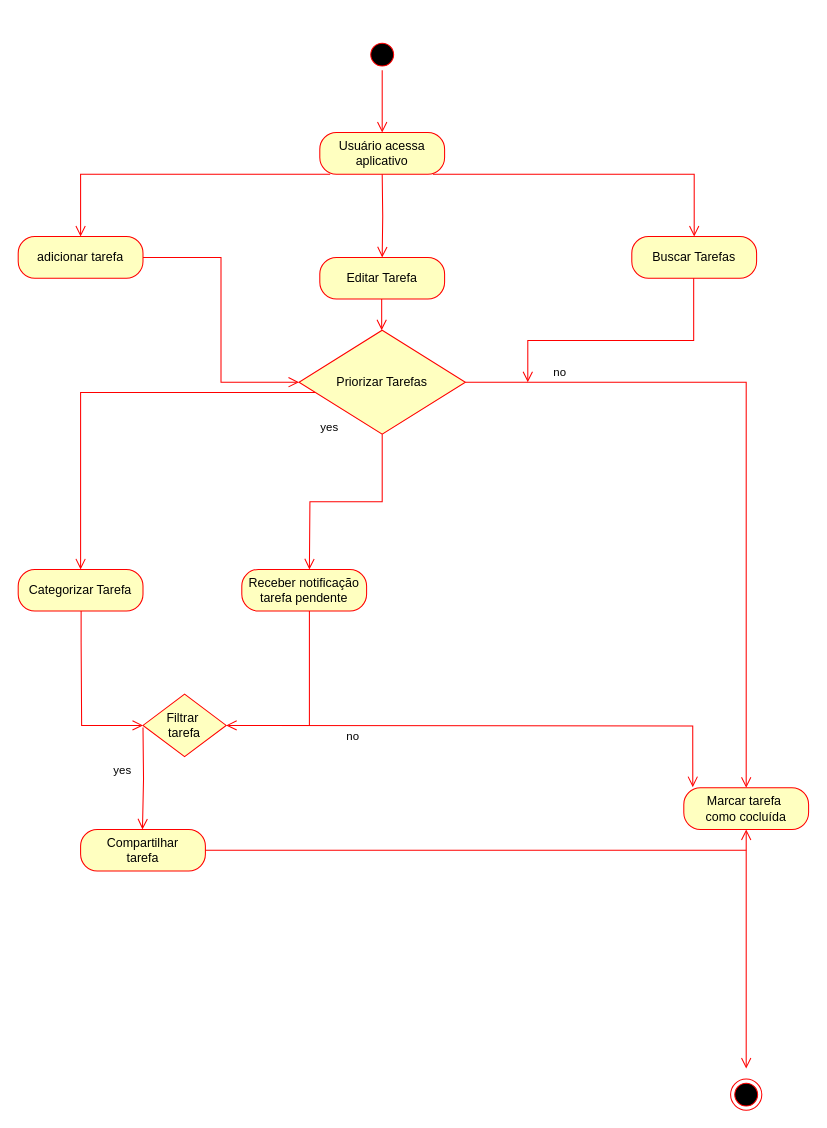
Earlier version of the draw.io diagram .lesson/Activity Diagram.drawio (Francine-Antunes/MyPage). Source tidied: cells renumbered, new cells numbered last; positions are measured from the earlier drawing's top-left corner, leaving out a move shared by most shapes. Both pictures are drawn from the tidied source at 104%, with x=0, y=0 at pixel (18, 38).
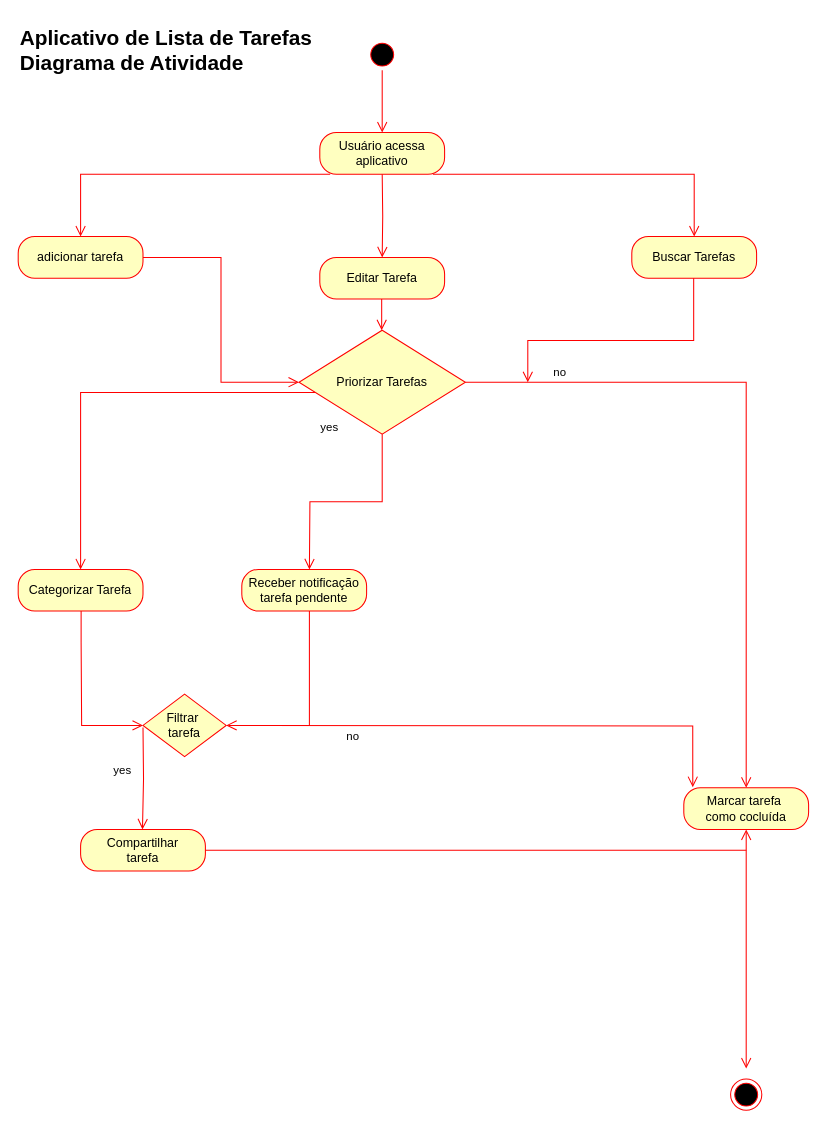
The same page after the edit.

Change to the diagram source:
```diff
@@
+    <mxCell id="30" value="Aplicativo de Lista de Tarefas&#10;Diagrama de Atividade" style="text;whiteSpace=wrap;fontStyle=1;fontSize=20;" parent="1" vertex="1">
+      <mxGeometry y="-20" width="290" height="50" as="geometry" />
+    </mxCell>
```
